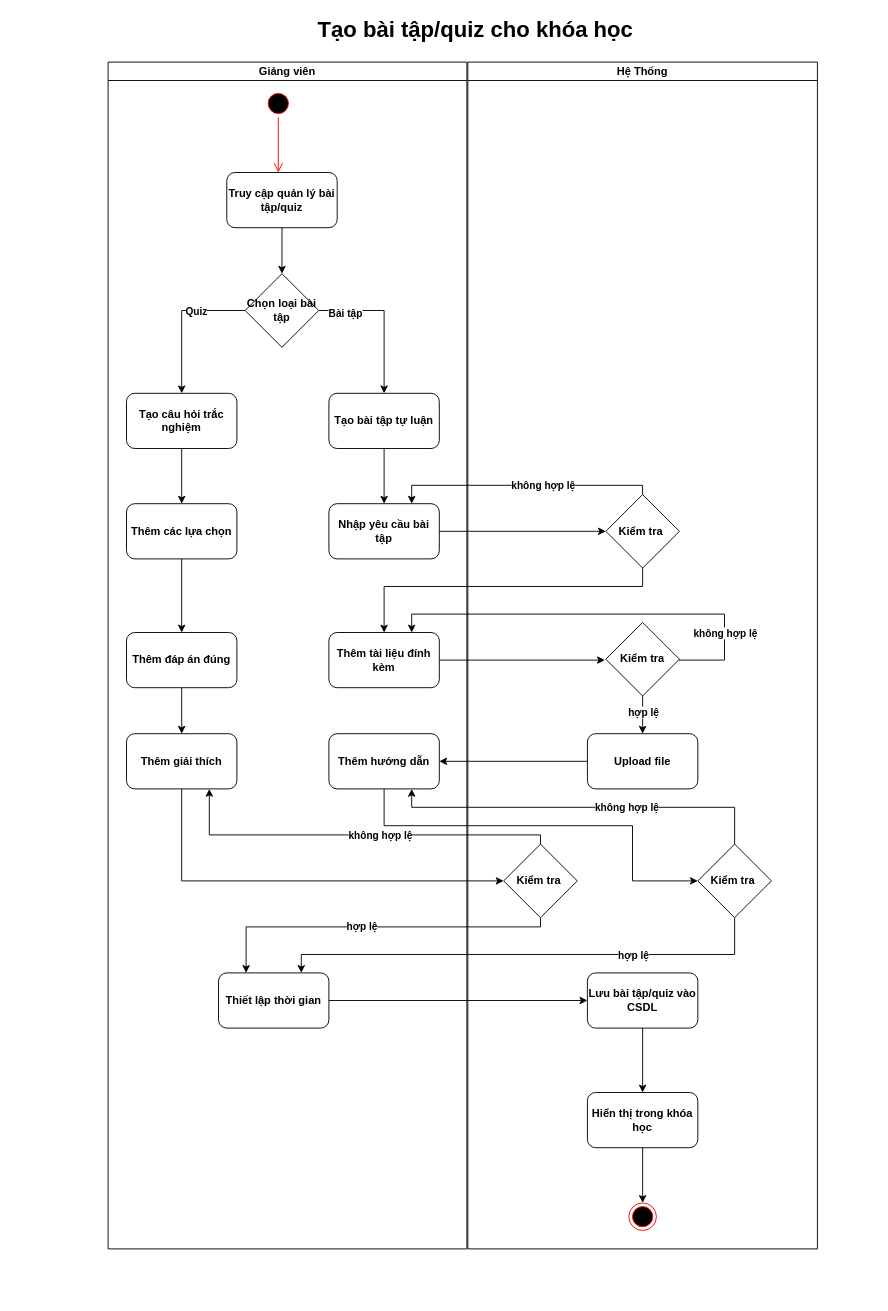
This is document/ActivityDiagram/Assignment&Quiz-Activity.drawio from toniiplaycode/DNC-Learning, a draw.io file, before an edit. Source tidied: cells renumbered, new cells numbered last; positions are measured from the earlier drawing's top-left corner, leaving out a move shared by most shapes. Both pictures are drawn from the tidied source at 92%, with x=0, y=0 at pixel (108, 16).
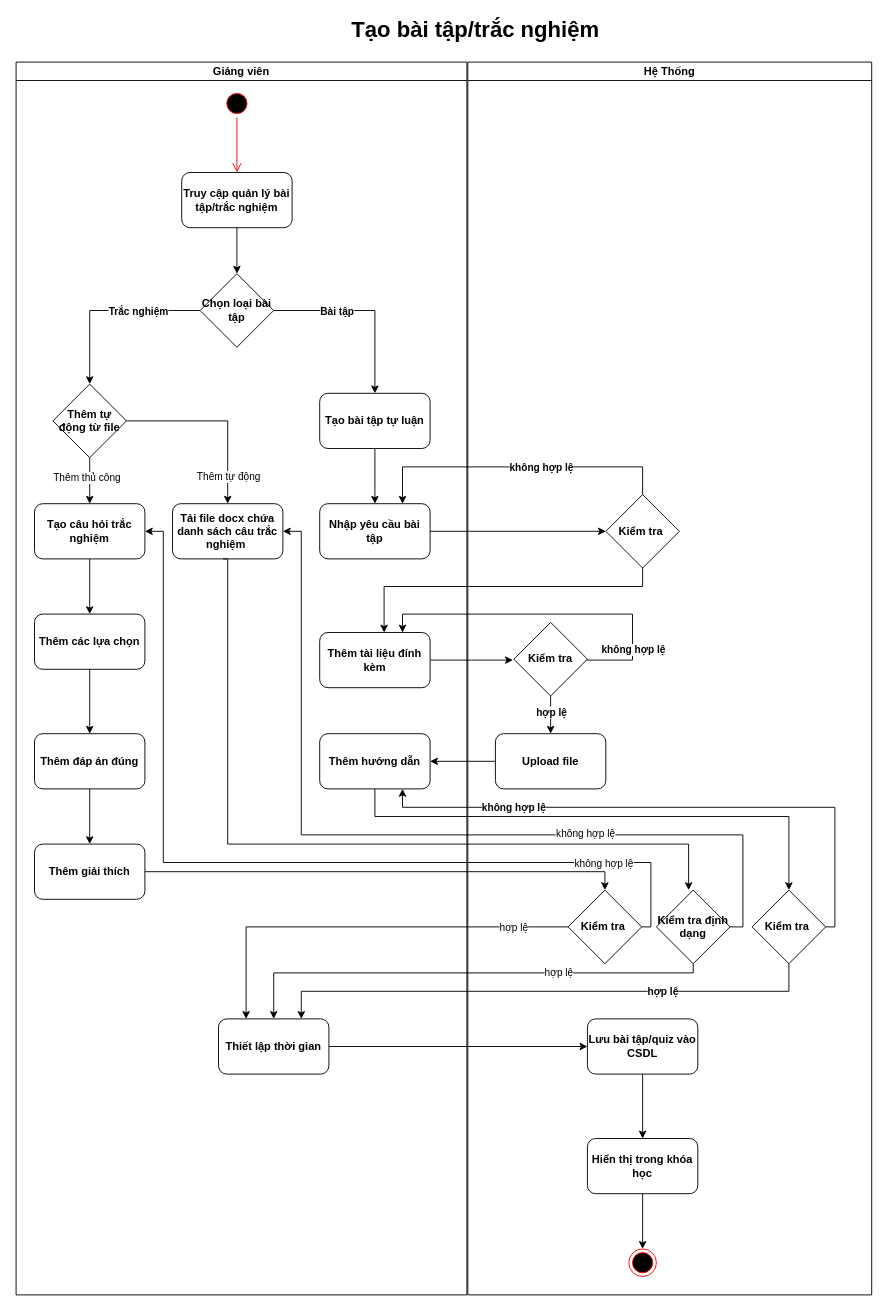
The same page after the edit.

Unchanged cells that the change refers to:
```xml
<mxCell id="24" value="Kiểm tra" style="rhombus;whiteSpace=wrap;html=1;fontStyle=1;" parent="2" vertex="1">
  <mxGeometry x="541" y="609" width="80" height="80" as="geometry" />
</mxCell>
<mxCell id="32" value="Kiểm tra&amp;nbsp;" style="rhombus;whiteSpace=wrap;html=1;fontStyle=1;" parent="30" vertex="1">
  <mxGeometry x="150" y="470" width="80" height="80" as="geometry" />
</mxCell>
```

The edit, as a diff of the source:
```diff
@@
     <mxCell id="2" value="Giảng viên" style="swimlane;startSize=20;whiteSpace=wrap;html=1;fontStyle=1;" parent="1" vertex="1">
-      <mxGeometry y="50" width="390" height="1290" as="geometry" />
+      <mxGeometry x="-100" y="50" width="490" height="1340" as="geometry" />
     </mxCell>
     <mxCell id="3" style="ellipse;html=1;shape=startState;fillColor=#000000;strokeColor=#ff0000;fontStyle=1;" parent="2" vertex="1">
-      <mxGeometry x="170" y="30" width="30" height="30" as="geometry" />
+      <mxGeometry x="225" y="30" width="30" height="30" as="geometry" />
     </mxCell>
-    <mxCell id="4" style="edgeStyle=orthogonalEdgeStyle;html=1;verticalAlign=bottom;endArrow=open;endSize=8;strokeColor=#ff0000;rounded=0;fontStyle=1;" parent="2" edge="1" source="3">
-      <mxGeometry relative="1" as="geometry">
-        <mxPoint x="185" y="120" as="targetPoint" />
-      </mxGeometry>
+    <mxCell id="4" style="edgeStyle=orthogonalEdgeStyle;html=1;verticalAlign=bottom;endArrow=open;endSize=8;strokeColor=#ff0000;rounded=0;fontStyle=1;entryX=0.5;entryY=0;entryDx=0;entryDy=0;" parent="2" edge="1" source="3" target="47">
+      <mxGeometry relative="1" as="geometry" />
     </mxCell>
-    <mxCell id="5" style="edgeStyle=orthogonalEdgeStyle;rounded=0;jettySize=auto;html=1;fontStyle=1;" parent="2" edge="1" source="9" target="11">
+    <mxCell id="5" style="edgeStyle=orthogonalEdgeStyle;rounded=0;jettySize=auto;html=1;fontStyle=1;entryX=0.5;entryY=0;entryDx=0;entryDy=0;" parent="2" edge="1" source="9" target="62">
       <mxGeometry relative="1" as="geometry" />
     </mxCell>
-    <mxCell id="6" value="Quiz" style="edgeLabel;html=1;align=center;verticalAlign=middle;fontStyle=1;" parent="5" vertex="1">
+    <mxCell id="6" value="Trắc nghiệm" style="edgeLabel;html=1;align=center;verticalAlign=middle;fontStyle=1;" parent="5" vertex="1">
       <mxGeometry x="-0.32" relative="1" as="geometry" />
     </mxCell>
     <mxCell id="7" style="edgeStyle=orthogonalEdgeStyle;rounded=0;jettySize=auto;html=1;entryX=0.5;entryY=0;entryDx=0;entryDy=0;fontStyle=1;" parent="2" edge="1" source="9" target="13">
       <mxGeometry relative="1" as="geometry">
         <Array as="points">
-          <mxPoint x="300" y="270" />
+          <mxPoint x="390" y="270" />
         </Array>
       </mxGeometry>
     </mxCell>
     <mxCell id="8" value="Bài tập" style="edgeLabel;html=1;align=center;verticalAlign=middle;fontStyle=1;" parent="7" vertex="1">
-      <mxGeometry x="-0.65" y="-3" relative="1" as="geometry" />
+      <mxGeometry x="-0.65" y="-3" relative="1" as="geometry">
+        <mxPoint x="33" y="-3" as="offset" />
+      </mxGeometry>
     </mxCell>
     <mxCell id="9" value="Chọn loại bài tập" style="rhombus;whiteSpace=wrap;html=1;fontStyle=1;" parent="2" vertex="1">
-      <mxGeometry x="149" y="230" width="80" height="80" as="geometry" />
+      <mxGeometry x="200" y="230" width="80" height="80" as="geometry" />
     </mxCell>
@@
     <mxCell id="11" value="Tạo câu hỏi trắc nghiệm" style="rounded=1;whiteSpace=wrap;html=1;fontStyle=1;" parent="2" vertex="1">
-      <mxGeometry x="20" y="360" width="120" height="60" as="geometry" />
+      <mxGeometry x="20" y="480" width="120" height="60" as="geometry" />
     </mxCell>
@@
     <mxCell id="13" value="Tạo bài tập tự luận" style="rounded=1;whiteSpace=wrap;html=1;fontStyle=1;" parent="2" vertex="1">
-      <mxGeometry x="240" y="360" width="120" height="60" as="geometry" />
+      <mxGeometry x="330" y="360" width="120" height="60" as="geometry" />
     </mxCell>
     <mxCell id="14" value="Thêm các lựa chọn" style="rounded=1;whiteSpace=wrap;html=1;fontStyle=1;" parent="2" vertex="1">
-      <mxGeometry x="20" y="480" width="120" height="60" as="geometry" />
+      <mxGeometry x="20" y="600" width="120" height="60" as="geometry" />
     </mxCell>
     <mxCell id="15" value="Nhập yêu cầu bài tập" style="rounded=1;whiteSpace=wrap;html=1;fontStyle=1;" parent="2" vertex="1">
-      <mxGeometry x="240" y="480" width="120" height="60" as="geometry" />
+      <mxGeometry x="330" y="480" width="120" height="60" as="geometry" />
     </mxCell>
@@
     <mxCell id="17" value="Thêm đáp án đúng" style="rounded=1;whiteSpace=wrap;html=1;fontStyle=1;" parent="2" vertex="1">
-      <mxGeometry x="20" y="620" width="120" height="60" as="geometry" />
+      <mxGeometry x="20" y="730" width="120" height="60" as="geometry" />
     </mxCell>
@@
     <mxCell id="19" value="Thêm tài liệu đính kèm" style="rounded=1;whiteSpace=wrap;html=1;fontStyle=1;" parent="2" vertex="1">
-      <mxGeometry x="240" y="620" width="120" height="60" as="geometry" />
+      <mxGeometry x="330" y="620" width="120" height="60" as="geometry" />
     </mxCell>
     <mxCell id="20" value="Thêm giải thích" style="rounded=1;whiteSpace=wrap;html=1;fontStyle=1;" parent="2" vertex="1">
-      <mxGeometry x="20" y="730" width="120" height="60" as="geometry" />
+      <mxGeometry x="20" y="850" width="120" height="60" as="geometry" />
     </mxCell>
     <mxCell id="21" value="Thêm hướng dẫn" style="rounded=1;whiteSpace=wrap;html=1;fontStyle=1;" parent="2" vertex="1">
-      <mxGeometry x="240" y="730" width="120" height="60" as="geometry" />
+      <mxGeometry x="330" y="730" width="120" height="60" as="geometry" />
     </mxCell>
@@
     <mxCell id="26" style="edgeStyle=orthogonalEdgeStyle;rounded=0;jettySize=auto;html=1;entryX=0.75;entryY=0;entryDx=0;entryDy=0;fontStyle=1;" parent="2" edge="1" source="24" target="19">
       <mxGeometry relative="1" as="geometry">
         <Array as="points">
           <mxPoint x="670" y="650" />
           <mxPoint x="670" y="600" />
-          <mxPoint x="330" y="600" />
+          <mxPoint x="420" y="600" />
         </Array>
       </mxGeometry>
     </mxCell>
@@
+    <mxCell id="47" value="Truy cập quản lý bài tập/trắc nghiệm" style="rounded=1;whiteSpace=wrap;html=1;fontStyle=1;" parent="2" vertex="1">
+      <mxGeometry x="180" y="120" width="120" height="60" as="geometry" />
+    </mxCell>
+    <mxCell id="46" style="edgeStyle=orthogonalEdgeStyle;rounded=0;jettySize=auto;html=1;fontStyle=1;" parent="2" edge="1" source="47" target="9">
+      <mxGeometry relative="1" as="geometry" />
+    </mxCell>
+    <mxCell id="58" style="edgeStyle=orthogonalEdgeStyle;rounded=0;jettySize=auto;html=1;" parent="2" edge="1" source="62" target="11">
+      <mxGeometry relative="1" as="geometry" />
+    </mxCell>
+    <mxCell id="59" value="Thêm thủ công" style="edgeLabel;html=1;align=center;verticalAlign=middle;" parent="58" vertex="1">
+      <mxGeometry x="-0.16" y="-4" relative="1" as="geometry" />
+    </mxCell>
+    <mxCell id="60" style="edgeStyle=orthogonalEdgeStyle;rounded=0;jettySize=auto;html=1;entryX=0.5;entryY=0;entryDx=0;entryDy=0;" parent="2" edge="1" source="62" target="63">
+      <mxGeometry relative="1" as="geometry" />
+    </mxCell>
+    <mxCell id="61" value="Thêm tự động" style="edgeLabel;html=1;align=center;verticalAlign=middle;" parent="60" vertex="1">
+      <mxGeometry x="-0.19" y="1" relative="1" as="geometry">
+        <mxPoint x="29" y="61" as="offset" />
+      </mxGeometry>
+    </mxCell>
+    <mxCell id="62" value="Thêm tự động từ file" style="rhombus;whiteSpace=wrap;html=1;fontStyle=1;" parent="2" vertex="1">
+      <mxGeometry x="40" y="350" width="80" height="80" as="geometry" />
+    </mxCell>
+    <mxCell id="63" value="Tải file docx chứa danh sách câu trắc nghiệm&amp;nbsp;" style="rounded=1;whiteSpace=wrap;html=1;fontStyle=1;" parent="2" vertex="1">
+      <mxGeometry x="170" y="480" width="120" height="60" as="geometry" />
+    </mxCell>
+    <mxCell id="64" style="edgeStyle=orthogonalEdgeStyle;rounded=0;orthogonalLoop=1;jettySize=auto;html=1;entryX=0.5;entryY=0;entryDx=0;entryDy=0;exitX=0.5;exitY=1;exitDx=0;exitDy=0;" parent="2" edge="1">
+      <mxGeometry relative="1" as="geometry">
+        <mxPoint x="225" y="540" as="sourcePoint" />
+        <mxPoint x="731" y="900" as="targetPoint" />
+        <Array as="points">
+          <mxPoint x="230" y="540" />
+          <mxPoint x="230" y="850" />
+          <mxPoint x="731" y="850" />
+        </Array>
+      </mxGeometry>
+    </mxCell>
     <mxCell id="30" value="Hệ Thống" style="swimlane;startSize=20;whiteSpace=wrap;html=1;fontStyle=1;" parent="1" vertex="1">
-      <mxGeometry x="391" y="50" width="380" height="1290" as="geometry" />
+      <mxGeometry x="391" y="50" width="439" height="1340" as="geometry" />
     </mxCell>
     <mxCell id="31" style="ellipse;html=1;shape=endState;fillColor=#000000;strokeColor=#ff0000;fontStyle=1;" parent="30" vertex="1">
-      <mxGeometry x="175" y="1240" width="30" height="30" as="geometry" />
+      <mxGeometry x="175" y="1290" width="30" height="30" as="geometry" />
     </mxCell>
@@
     <mxCell id="33" value="Thiết lập thời gian" style="rounded=1;whiteSpace=wrap;html=1;fontStyle=1;" parent="30" vertex="1">
-      <mxGeometry x="-271" y="990" width="120" height="60" as="geometry" />
+      <mxGeometry x="-271" y="1040" width="120" height="60" as="geometry" />
     </mxCell>
@@
     <mxCell id="35" value="Lưu bài tập/quiz vào CSDL" style="rounded=1;whiteSpace=wrap;html=1;fontStyle=1;" parent="30" vertex="1">
-      <mxGeometry x="130" y="990" width="120" height="60" as="geometry" />
+      <mxGeometry x="130" y="1040" width="120" height="60" as="geometry" />
     </mxCell>
@@
     <mxCell id="37" value="Hiển thị trong khóa học" style="rounded=1;whiteSpace=wrap;html=1;fontStyle=1;" parent="30" vertex="1">
-      <mxGeometry x="130" y="1120" width="120" height="60" as="geometry" />
+      <mxGeometry x="130" y="1170" width="120" height="60" as="geometry" />
     </mxCell>
@@
-    <mxCell id="39" style="edgeStyle=orthogonalEdgeStyle;rounded=0;jettySize=auto;html=1;fontStyle=1;" parent="30" edge="1" source="41" target="33">
-      <mxGeometry relative="1" as="geometry">
-        <Array as="points">
-          <mxPoint x="79" y="940" />
-          <mxPoint x="-241" y="940" />
-        </Array>
-      </mxGeometry>
-    </mxCell>
-    <mxCell id="40" value="hợp lệ" style="edgeLabel;html=1;align=center;verticalAlign=middle;fontStyle=1;" parent="39" vertex="1">
-      <mxGeometry x="0.08" y="-1" relative="1" as="geometry" />
-    </mxCell>
-    <mxCell id="41" value="Kiểm tra&amp;nbsp;" style="rhombus;whiteSpace=wrap;html=1;fontStyle=1;" parent="30" vertex="1">
-      <mxGeometry x="39" y="850" width="80" height="80" as="geometry" />
-    </mxCell>
     <mxCell id="42" style="edgeStyle=orthogonalEdgeStyle;rounded=0;jettySize=auto;html=1;entryX=0.75;entryY=0;entryDx=0;entryDy=0;fontStyle=1;" parent="30" edge="1" source="44" target="33">
       <mxGeometry relative="1" as="geometry">
         <Array as="points">
-          <mxPoint x="290" y="970" />
-          <mxPoint x="-181" y="970" />
+          <mxPoint x="349" y="1010" />
+          <mxPoint x="-181" y="1010" />
         </Array>
       </mxGeometry>
     </mxCell>
@@
     <mxCell id="44" value="Kiểm tra&amp;nbsp;" style="rhombus;whiteSpace=wrap;html=1;fontStyle=1;" parent="30" vertex="1">
-      <mxGeometry x="250" y="850" width="80" height="80" as="geometry" />
+      <mxGeometry x="309" y="900" width="80" height="80" as="geometry" />
     </mxCell>
+    <mxCell id="65" style="edgeStyle=orthogonalEdgeStyle;rounded=0;jettySize=auto;html=1;" parent="30" edge="1" source="67" target="33">
+      <mxGeometry relative="1" as="geometry">
+        <Array as="points">
+          <mxPoint x="245" y="990" />
+          <mxPoint x="-211" y="990" />
+        </Array>
+      </mxGeometry>
+    </mxCell>
+    <mxCell id="66" value="hợp lệ" style="edgeLabel;html=1;align=center;verticalAlign=middle;" parent="65" vertex="1">
+      <mxGeometry x="0.21" y="-1" relative="1" as="geometry">
+        <mxPoint x="155" as="offset" />
+      </mxGeometry>
+    </mxCell>
+    <mxCell id="67" value="Kiểm tra định dạng" style="rhombus;whiteSpace=wrap;html=1;fontStyle=1;" parent="30" vertex="1">
+      <mxGeometry x="205" y="900" width="80" height="80" as="geometry" />
+    </mxCell>
+    <mxCell id="39" style="edgeStyle=orthogonalEdgeStyle;rounded=0;jettySize=auto;html=1;entryX=0.25;entryY=0;entryDx=0;entryDy=0;" parent="30" edge="1" source="41" target="33">
+      <mxGeometry relative="1" as="geometry" />
+    </mxCell>
+    <mxCell id="68" value="hợp lệ" style="edgeLabel;html=1;align=center;verticalAlign=middle;" parent="39" vertex="1">
+      <mxGeometry x="0.07" y="-3" relative="1" as="geometry">
+        <mxPoint x="181" y="3" as="offset" />
+      </mxGeometry>
+    </mxCell>
+    <mxCell id="41" value="Kiểm tra&amp;nbsp;" style="rhombus;whiteSpace=wrap;html=1;fontStyle=1;" parent="30" vertex="1">
+      <mxGeometry x="109" y="900" width="80" height="80" as="geometry" />
+    </mxCell>
-    <mxCell id="45" value="&lt;span style=&quot;font-size: 24px;&quot;&gt;Tạo bài tập/quiz cho khóa học&lt;/span&gt;" style="text;html=1;align=center;verticalAlign=middle;whiteSpace=wrap;rounded=0;fontStyle=1;" parent="1" vertex="1">
+    <mxCell id="45" value="&lt;span style=&quot;font-size: 24px;&quot;&gt;Tạo bài tập/trắc nghiệm&lt;/span&gt;" style="text;html=1;align=center;verticalAlign=middle;whiteSpace=wrap;rounded=0;fontStyle=1;" parent="1" vertex="1">
       <mxGeometry x="129" width="541" height="30" as="geometry" />
     </mxCell>
-    <mxCell id="46" style="edgeStyle=orthogonalEdgeStyle;rounded=0;jettySize=auto;html=1;fontStyle=1;" parent="1" edge="1" source="47" target="9">
-      <mxGeometry relative="1" as="geometry" />
-    </mxCell>
-    <mxCell id="47" value="Truy cập quản lý bài tập/quiz" style="rounded=1;whiteSpace=wrap;html=1;fontStyle=1;" parent="1" vertex="1">
-      <mxGeometry x="129" y="170" width="120" height="60" as="geometry" />
-    </mxCell>
@@
     <mxCell id="49" style="edgeStyle=orthogonalEdgeStyle;rounded=0;jettySize=auto;html=1;entryX=0.75;entryY=0;entryDx=0;entryDy=0;fontStyle=1;" parent="1" edge="1" source="32" target="15">
       <mxGeometry relative="1" as="geometry">
         <Array as="points">
-          <mxPoint x="581" y="510" />
-          <mxPoint x="330" y="510" />
+          <mxPoint x="581" y="490" />
+          <mxPoint x="320" y="490" />
         </Array>
       </mxGeometry>
     </mxCell>
@@
-    <mxCell id="52" style="edgeStyle=orthogonalEdgeStyle;rounded=0;jettySize=auto;html=1;entryX=0;entryY=0.5;entryDx=0;entryDy=0;fontStyle=1;" parent="1" edge="1" source="20" target="41">
-      <mxGeometry relative="1" as="geometry">
-        <Array as="points">
-          <mxPoint x="80" y="940" />
-        </Array>
-      </mxGeometry>
-    </mxCell>
-    <mxCell id="53" style="edgeStyle=orthogonalEdgeStyle;rounded=0;jettySize=auto;html=1;entryX=0.75;entryY=1;entryDx=0;entryDy=0;fontStyle=1;" parent="1" edge="1" source="41" target="20">
-      <mxGeometry relative="1" as="geometry">
-        <Array as="points">
-          <mxPoint x="470" y="890" />
-          <mxPoint x="110" y="890" />
-        </Array>
-      </mxGeometry>
-    </mxCell>
-    <mxCell id="54" value="không hợp lệ" style="edgeLabel;html=1;align=center;verticalAlign=middle;fontStyle=1;" parent="53" vertex="1">
-      <mxGeometry x="-0.12" relative="1" as="geometry" />
-    </mxCell>
-    <mxCell id="55" style="edgeStyle=orthogonalEdgeStyle;rounded=0;jettySize=auto;html=1;entryX=0;entryY=0.5;entryDx=0;entryDy=0;fontStyle=1;" parent="1" edge="1" source="21" target="44">
-      <mxGeometry relative="1" as="geometry">
-        <Array as="points">
-          <mxPoint x="300" y="880" />
-          <mxPoint x="570" y="880" />
-          <mxPoint x="570" y="940" />
-        </Array>
-      </mxGeometry>
-    </mxCell>
     <mxCell id="56" style="edgeStyle=orthogonalEdgeStyle;rounded=0;jettySize=auto;html=1;entryX=0.75;entryY=1;entryDx=0;entryDy=0;fontStyle=1;" parent="1" edge="1" source="44" target="21">
       <mxGeometry relative="1" as="geometry">
         <Array as="points">
-          <mxPoint x="681" y="860" />
-          <mxPoint x="330" y="860" />
+          <mxPoint x="790" y="990" />
+          <mxPoint x="790" y="860" />
+          <mxPoint x="320" y="860" />
         </Array>
       </mxGeometry>
     </mxCell>
     <mxCell id="57" value="không hợp lệ" style="edgeLabel;html=1;align=center;verticalAlign=middle;fontStyle=1;" parent="56" vertex="1">
-      <mxGeometry x="-0.23" relative="1" as="geometry" />
+      <mxGeometry x="-0.23" relative="1" as="geometry">
+        <mxPoint x="-247" as="offset" />
+      </mxGeometry>
     </mxCell>
+    <mxCell id="69" style="edgeStyle=orthogonalEdgeStyle;rounded=0;jettySize=auto;html=1;entryX=1;entryY=0.5;entryDx=0;entryDy=0;" parent="1" edge="1" source="67" target="63">
+      <mxGeometry relative="1" as="geometry">
+        <Array as="points">
+          <mxPoint x="690" y="990" />
+          <mxPoint x="690" y="890" />
+          <mxPoint x="210" y="890" />
+          <mxPoint x="210" y="560" />
+        </Array>
+      </mxGeometry>
+    </mxCell>
+    <mxCell id="70" value="không hợp lệ" style="edgeLabel;html=1;align=center;verticalAlign=middle;" parent="69" vertex="1">
+      <mxGeometry x="-0.21" y="-2" relative="1" as="geometry">
+        <mxPoint x="87" as="offset" />
+      </mxGeometry>
+    </mxCell>
+    <mxCell id="55" style="edgeStyle=orthogonalEdgeStyle;rounded=0;jettySize=auto;html=1;entryX=0.5;entryY=0;entryDx=0;entryDy=0;" parent="1" edge="1" source="21" target="44">
+      <mxGeometry relative="1" as="geometry">
+        <Array as="points">
+          <mxPoint x="290" y="870" />
+          <mxPoint x="740" y="870" />
+        </Array>
+      </mxGeometry>
+    </mxCell>
+    <mxCell id="52" style="edgeStyle=orthogonalEdgeStyle;rounded=0;jettySize=auto;html=1;entryX=0.5;entryY=0;entryDx=0;entryDy=0;" parent="1" edge="1" source="20" target="41">
+      <mxGeometry relative="1" as="geometry">
+        <Array as="points">
+          <mxPoint x="540" y="930" />
+        </Array>
+      </mxGeometry>
+    </mxCell>
+    <mxCell id="71" style="edgeStyle=orthogonalEdgeStyle;rounded=0;jettySize=auto;html=1;entryX=1;entryY=0.5;entryDx=0;entryDy=0;" parent="1" edge="1" source="41" target="11">
+      <mxGeometry relative="1" as="geometry">
+        <Array as="points">
+          <mxPoint x="590" y="990" />
+          <mxPoint x="590" y="920" />
+          <mxPoint x="60" y="920" />
+          <mxPoint x="60" y="560" />
+        </Array>
+      </mxGeometry>
+    </mxCell>
+    <mxCell id="72" value="không hợp lệ" style="edgeLabel;html=1;align=center;verticalAlign=middle;" parent="71" vertex="1">
+      <mxGeometry x="-0.5" y="-1" relative="1" as="geometry">
+        <mxPoint x="116" y="1" as="offset" />
+      </mxGeometry>
+    </mxCell>
```
